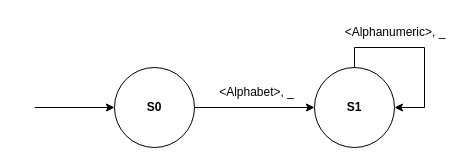
Before: identifierRules.drawio in MonaJea-Ng/Projects, a draw.io diagram. Source tidied: cells renumbered, new cells numbered last; positions are measured from the earlier drawing's top-left corner, leaving out a move shared by most shapes. Both pictures are drawn from the tidied source at 100%, with x=0, y=0 at pixel (34, 17).
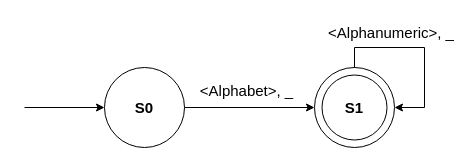
The same diagram, later.

Diff of the diagram source:
```diff
@@
 <mxGraphModel>
   <root>
     <mxCell id="0" />
     <mxCell id="1" parent="0" />
+    <mxCell id="4" style="ellipse;whiteSpace=wrap;html=1;" parent="1" vertex="1">
+      <mxGeometry x="280" y="50" width="80" height="80" as="geometry" />
+    </mxCell>
+    <mxCell id="11" style="ellipse;whiteSpace=wrap;html=1;" parent="1" vertex="1">
+      <mxGeometry x="287.5" y="57.5" width="65" height="65" as="geometry" />
+    </mxCell>
     <mxCell id="2" style="ellipse;whiteSpace=wrap;html=1;" parent="1" vertex="1">
-      <mxGeometry x="80" y="50" width="80" height="80" as="geometry" />
+      <mxGeometry x="70" y="50" width="80" height="80" as="geometry" />
     </mxCell>
     <mxCell id="3" style="edgeStyle=orthogonalEdgeStyle;rounded=0;orthogonalLoop=1;jettySize=auto;html=1;exitX=0.5;exitY=0;exitDx=0;exitDy=0;entryX=1;entryY=0.5;entryDx=0;entryDy=0;" parent="1" edge="1" source="4" target="4">
       <mxGeometry relative="1" as="geometry">
         <Array as="points">
           <mxPoint x="320" y="30" />
           <mxPoint x="390" y="30" />
           <mxPoint x="390" y="90" />
         </Array>
       </mxGeometry>
     </mxCell>
-    <mxCell id="4" style="ellipse;whiteSpace=wrap;html=1;" parent="1" vertex="1">
-      <mxGeometry x="280" y="50" width="80" height="80" as="geometry" />
-    </mxCell>
-    <mxCell id="5" style="endArrow=classic;html=1;rounded=0;entryX=0;entryY=0.5;entryDx=0;entryDy=0;" parent="1" edge="1" target="2">
+    <mxCell id="5" style="endArrow=classic;html=1;rounded=0;entryX=0;entryY=0.5;entryDx=0;entryDy=0;" parent="1" edge="1">
       <mxGeometry relative="1" as="geometry">
-        <mxPoint y="90" as="sourcePoint" />
+        <mxPoint x="-10" y="90" as="sourcePoint" />
+        <mxPoint x="70" y="90" as="targetPoint" />
       </mxGeometry>
     </mxCell>
     <mxCell id="6" style="endArrow=classic;html=1;rounded=0;entryX=0;entryY=0.5;entryDx=0;entryDy=0;exitX=1;exitY=0.5;exitDx=0;exitDy=0;" parent="1" edge="1" source="2" target="4">
       <mxGeometry relative="1" as="geometry" />
     </mxCell>
-    <mxCell id="7" value="&lt;b&gt;S0&lt;/b&gt;" style="text;html=1;strokeColor=none;fillColor=none;align=center;verticalAlign=middle;whiteSpace=wrap;rounded=0;" parent="1" vertex="1">
-      <mxGeometry x="90" y="75" width="60" height="30" as="geometry" />
+    <mxCell id="7" value="&lt;b style=&quot;font-size: 15px;&quot;&gt;S0&lt;/b&gt;" style="text;html=1;strokeColor=none;fillColor=none;align=center;verticalAlign=middle;whiteSpace=wrap;rounded=0;fontSize=15;" parent="1" vertex="1">
+      <mxGeometry x="80" y="75" width="60" height="30" as="geometry" />
     </mxCell>
-    <mxCell id="8" value="&lt;b&gt;S1&lt;/b&gt;" style="text;html=1;strokeColor=none;fillColor=none;align=center;verticalAlign=middle;whiteSpace=wrap;rounded=0;" parent="1" vertex="1">
+    <mxCell id="8" value="&lt;b&gt;&lt;font style=&quot;font-size: 15px;&quot;&gt;S1&lt;/font&gt;&lt;/b&gt;" style="text;html=1;strokeColor=none;fillColor=none;align=center;verticalAlign=middle;whiteSpace=wrap;rounded=0;" parent="1" vertex="1">
       <mxGeometry x="290" y="75" width="60" height="30" as="geometry" />
     </mxCell>
-    <mxCell id="9" value="&amp;lt;Alphabet&amp;gt;, _" style="text;html=1;strokeColor=none;fillColor=none;align=center;verticalAlign=middle;whiteSpace=wrap;rounded=0;" parent="1" vertex="1">
-      <mxGeometry x="180" y="60" width="85" height="30" as="geometry" />
+    <mxCell id="9" value="&amp;lt;Alphabet&amp;gt;, _" style="text;html=1;strokeColor=none;fillColor=none;align=center;verticalAlign=middle;whiteSpace=wrap;rounded=0;fontSize=15;" parent="1" vertex="1">
+      <mxGeometry x="160" y="57.5" width="105" height="30" as="geometry" />
     </mxCell>
-    <mxCell id="10" value="&amp;lt;Alphanumeric&amp;gt;, _" style="text;html=1;strokeColor=none;fillColor=none;align=center;verticalAlign=middle;whiteSpace=wrap;rounded=0;" parent="1" vertex="1">
-      <mxGeometry x="306" width="110" height="30" as="geometry" />
+    <mxCell id="10" value="&amp;lt;Alphanumeric&amp;gt;, _" style="text;html=1;strokeColor=none;fillColor=none;align=center;verticalAlign=middle;whiteSpace=wrap;rounded=0;fontSize=15;" parent="1" vertex="1">
+      <mxGeometry x="290" width="134" height="30" as="geometry" />
     </mxCell>
   </root>
 </mxGraphModel>
```
